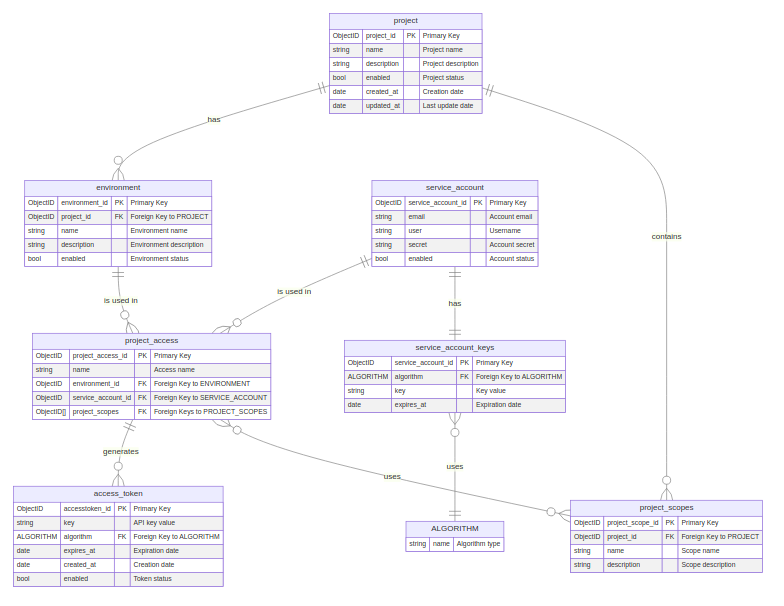
This is docs/erd/erd.png from refactorartist/buraq, a Mermaid export, as it was before one commit. Its source is kept beside it as docs/erd/erd.mmd.
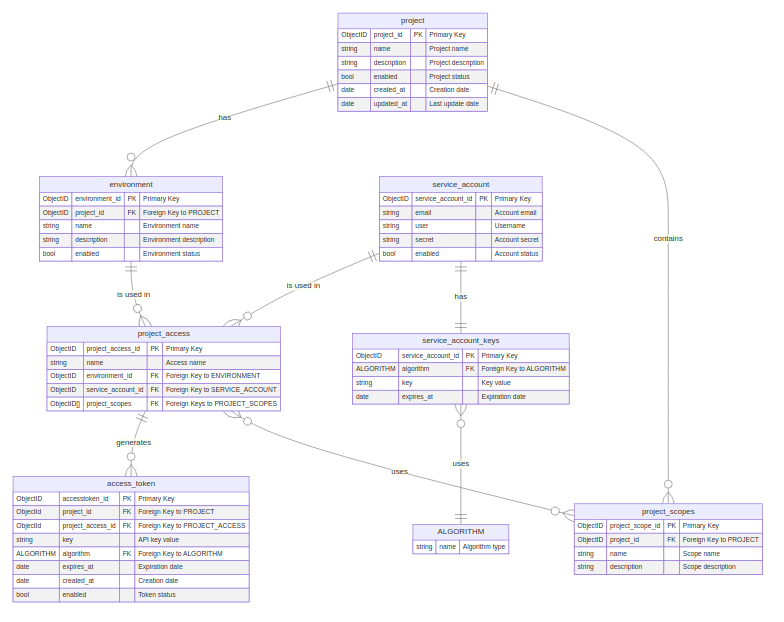
After the commit.

Commit message:
refactor: Update ERD diagram for access tokens and project access

This commit enhances the entity-relationship diagram (ERD) by refining the structure of the `access_token`, `environment`, `project`, `project_access`, `project_scopes`, `service_account`, and `service_account_keys` entities. It introduces new foreign key relationships and updates naming conventions for clarity and consistency. Additionally, the diagram's relationships have been adjusted for better representation.

What changed in the source:
```diff
@@ -1,69 +1,71 @@
 erDiagram
     ALGORITHM {
-        string name         "Algorithm type"
+        string name "Algorithm type"
     }
 
     access_token {
-        ObjectID accesstoken_id  PK "Primary Key"
-        string   key               "API key value"
-        ALGORITHM algorithm      FK "Foreign Key to ALGORITHM"
-        date     expires_at        "Expiration date"
-        date     created_at        "Creation date"
-        bool     enabled           "Token status"
+        ObjectID accesstoken_id PK "Primary Key"
+        ObjectId project_id FK "Foreign Key to PROJECT"
+        ObjectId project_access_id FK "Foreign Key to PROJECT_ACCESS"
+        string key "API key value"
+        ALGORITHM algorithm FK "Foreign Key to ALGORITHM"
+        date expires_at "Expiration date"
+        date created_at "Creation date"
+        bool enabled "Token status"
     }
 
     environment {
-        ObjectID environment_id  PK "Primary Key"
-        ObjectID project_id     FK "Foreign Key to PROJECT"
-        string   name             "Environment name"
-        string   description      "Environment description"
-        bool     enabled          "Environment status"
+        ObjectID environment_id PK "Primary Key"
+        ObjectID project_id FK "Foreign Key to PROJECT"
+        string name "Environment name"
+        string description "Environment description"
+        bool enabled "Environment status"
     }
 
     project {
-        ObjectID project_id     PK "Primary Key"
-        string   name             "Project name"
-        string   description      "Project description"
-        bool     enabled          "Project status"
-        date     created_at       "Creation date"
-        date     updated_at       "Last update date"
+        ObjectID project_id PK "Primary Key"
+        string name "Project name"
+        string description "Project description"
+        bool enabled "Project status"
+        date created_at "Creation date"
+        date updated_at "Last update date"
     }
 
     project_access {
-        ObjectID  project_access_id  PK "Primary Key"
-        string    name                "Access name"
-        ObjectID  environment_id    FK "Foreign Key to ENVIRONMENT"
-        ObjectID  service_account_id FK "Foreign Key to SERVICE_ACCOUNT"
-        ObjectID[] project_scopes   FK "Foreign Keys to PROJECT_SCOPES"
+        ObjectID project_access_id PK "Primary Key"
+        string name "Access name"
+        ObjectID environment_id FK "Foreign Key to ENVIRONMENT"
+        ObjectID service_account_id FK "Foreign Key to SERVICE_ACCOUNT"
+        ObjectID[] project_scopes FK "Foreign Keys to PROJECT_SCOPES"
     }
 
     project_scopes {
-        ObjectID project_scope_id  PK "Primary Key"
-        ObjectID project_id       FK "Foreign Key to PROJECT"
-        string   name              "Scope name"
-        string   description       "Scope description"
+        ObjectID project_scope_id PK "Primary Key"
+        ObjectID project_id FK "Foreign Key to PROJECT"
+        string name "Scope name"
+        string description "Scope description"
     }
 
     service_account {
         ObjectID service_account_id PK "Primary Key"
-        string   email              "Account email"
-        string   user               "Username"
-        string   secret             "Account secret"
-        bool     enabled            "Account status"
+        string email "Account email"
+        string user "Username"
+        string secret "Account secret"
+        bool enabled "Account status"
     }
 
     service_account_keys {
-        ObjectID  service_account_id PK "Primary Key"
-        ALGORITHM algorithm        FK "Foreign Key to ALGORITHM"
-        string    key                "Key value"
-        date      expires_at         "Expiration date"
+        ObjectID service_account_id PK "Primary Key"
+        ALGORITHM algorithm FK "Foreign Key to ALGORITHM"
+        string key "Key value"
+        date expires_at "Expiration date"
     }
 
-    project ||--o{ environment : "has"
-    project ||--o{ project_scopes : "contains"
-    service_account ||--o{ project_access : "is used in"
-    service_account ||--|| service_account_keys : "has"
-    environment ||--o{ project_access : "is used in"
-    project_access ||--o{ access_token : "generates"
-    project_access }o--o{ project_scopes : "uses"
-    service_account_keys }o--|| ALGORITHM : "uses"
+    project ||--o{ environment: "has"
+    project ||--o{ project_scopes: "contains"
+    service_account ||--o{ project_access: "is used in"
+    service_account ||--|| service_account_keys: "has"
+    environment ||--o{ project_access: "is used in"
+    project_access ||--o{ access_token: "generates"
+    project_access }o--o{ project_scopes: "uses"
+    service_account_keys }o--|| ALGORITHM: "uses"
```
